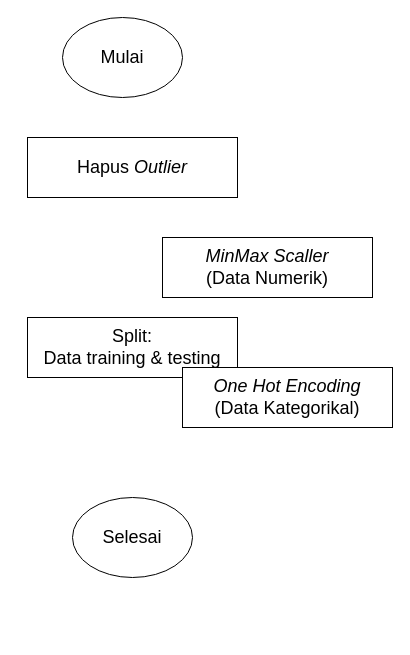
rshby/skripsi keeps this draw.io diagram as Desain/flowchart_preprocessing.drawio. Above is the earlier version. Source tidied: cells renumbered, new cells numbered last; positions are measured from the earlier drawing's top-left corner, leaving out a move shared by most shapes. Both pictures are drawn from the tidied source at 100%, with x=0, y=0 at pixel (27, 17).
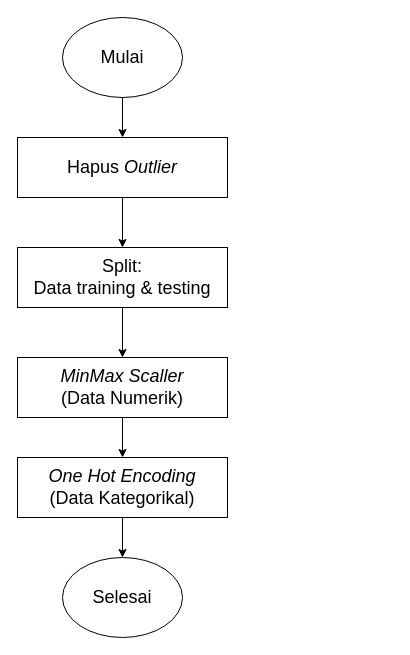
Above is the later version.

Diff of the diagram source:
```diff
@@
 <mxGraphModel>
   <root>
     <mxCell id="0" />
     <mxCell id="1" parent="0" />
     <mxCell id="2" value="&lt;font style=&quot;font-size: 18px&quot;&gt;Mulai&lt;/font&gt;" style="ellipse;whiteSpace=wrap;html=1;" parent="1" vertex="1">
       <mxGeometry x="35" width="120" height="80" as="geometry" />
     </mxCell>
     <mxCell id="3" value="&lt;font style=&quot;font-size: 18px&quot;&gt;Selesai&lt;/font&gt;" style="ellipse;whiteSpace=wrap;html=1;" parent="1" vertex="1">
-      <mxGeometry x="45" y="480" width="120" height="80" as="geometry" />
+      <mxGeometry x="35" y="540" width="120" height="80" as="geometry" />
     </mxCell>
     <mxCell id="4" value="&lt;font style=&quot;font-size: 18px&quot;&gt;Split:&lt;br&gt;Data training &amp;amp; testing&lt;/font&gt;" style="rounded=0;whiteSpace=wrap;html=1;" parent="1" vertex="1">
-      <mxGeometry y="300" width="210" height="60" as="geometry" />
+      <mxGeometry x="-10" y="230" width="210" height="60" as="geometry" />
     </mxCell>
     <mxCell id="5" value="&lt;font style=&quot;font-size: 18px&quot;&gt;&lt;i&gt;MinMax Scaller&lt;/i&gt;&lt;br&gt;(Data Numerik)&lt;/font&gt;" style="rounded=0;whiteSpace=wrap;html=1;" parent="1" vertex="1">
-      <mxGeometry x="135" y="220" width="210" height="60" as="geometry" />
+      <mxGeometry x="-10" y="340" width="210" height="60" as="geometry" />
     </mxCell>
     <mxCell id="6" value="&lt;font style=&quot;font-size: 18px&quot;&gt;&lt;i&gt;One Hot Encoding&lt;/i&gt;&lt;br&gt;(Data Kategorikal)&lt;/font&gt;" style="rounded=0;whiteSpace=wrap;html=1;" parent="1" vertex="1">
-      <mxGeometry x="155" y="350" width="210" height="60" as="geometry" />
+      <mxGeometry x="-10" y="440" width="210" height="60" as="geometry" />
     </mxCell>
     <mxCell id="7" value="&lt;span style=&quot;font-size: 18px&quot;&gt;Hapus &lt;i&gt;Outlier&lt;/i&gt;&lt;/span&gt;" style="rounded=0;whiteSpace=wrap;html=1;" parent="1" vertex="1">
-      <mxGeometry y="120" width="210" height="60" as="geometry" />
+      <mxGeometry x="-10" y="120" width="210" height="60" as="geometry" />
     </mxCell>
+    <mxCell id="8" style="endArrow=classic;html=1;exitX=0.5;exitY=1;exitDx=0;exitDy=0;entryX=0.5;entryY=0;entryDx=0;entryDy=0;" parent="1" edge="1" source="2" target="7">
+      <mxGeometry relative="1" as="geometry" />
+    </mxCell>
+    <mxCell id="9" style="endArrow=classic;html=1;exitX=0.5;exitY=1;exitDx=0;exitDy=0;entryX=0.5;entryY=0;entryDx=0;entryDy=0;" parent="1" edge="1" source="7" target="4">
+      <mxGeometry relative="1" as="geometry" />
+    </mxCell>
+    <mxCell id="10" style="endArrow=classic;html=1;exitX=0.5;exitY=1;exitDx=0;exitDy=0;entryX=0.5;entryY=0;entryDx=0;entryDy=0;" parent="1" edge="1" source="4" target="5">
+      <mxGeometry relative="1" as="geometry" />
+    </mxCell>
+    <mxCell id="11" style="endArrow=classic;html=1;exitX=0.5;exitY=1;exitDx=0;exitDy=0;entryX=0.5;entryY=0;entryDx=0;entryDy=0;" parent="1" edge="1" source="5" target="6">
+      <mxGeometry relative="1" as="geometry" />
+    </mxCell>
+    <mxCell id="12" style="endArrow=classic;html=1;exitX=0.5;exitY=1;exitDx=0;exitDy=0;entryX=0.5;entryY=0;entryDx=0;entryDy=0;" parent="1" edge="1" source="6" target="3">
+      <mxGeometry relative="1" as="geometry" />
+    </mxCell>
   </root>
 </mxGraphModel>
```
